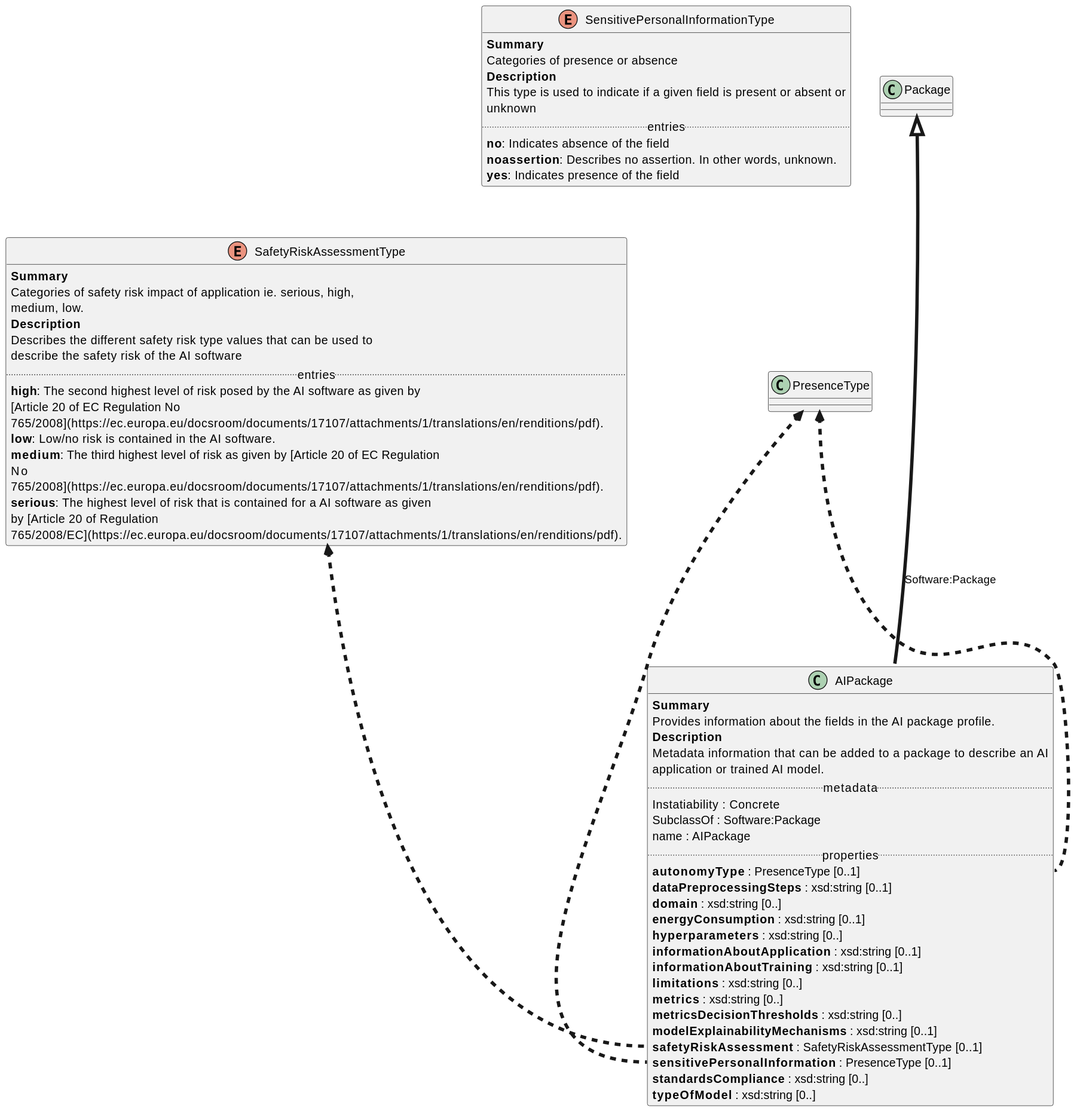
Earlier version of the PlantUML export AI.Profile.svg (maxhbr/spec-parser.hs).
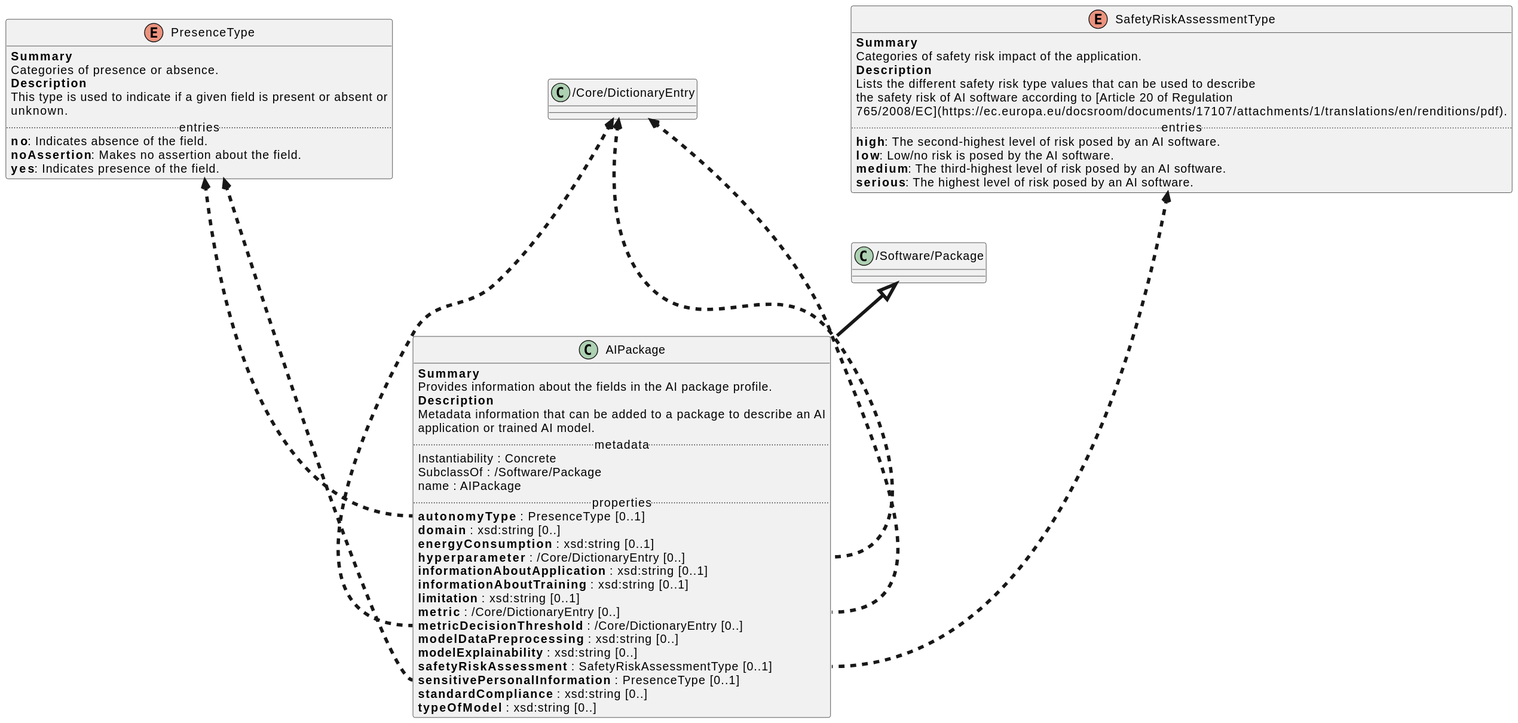
The same file after the commit.

Change to the diagram source:
```diff
@@ -1,35 +1,29 @@
 @startuml
 skinparam packageStyle rectangle
 set separator none
-enum SensitivePersonalInformationType {
+enum PresenceType {
 <b>Summary</b>
-Categories of presence or absence
+Categories of presence or absence.
 <b>Description</b>
 This type is used to indicate if a given field is present or absent or
-unknown
+unknown.
 .. entries ..
-    <b>no</b>: Indicates absence of the field
-    <b>noassertion</b>: Describes no assertion. In other words, unknown.
-    <b>yes</b>: Indicates presence of the field
+    <b>no</b>: Indicates absence of the field.
+    <b>noAssertion</b>: Makes no assertion about the field.
+    <b>yes</b>: Indicates presence of the field.
 }
 enum SafetyRiskAssessmentType {
 <b>Summary</b>
-Categories of safety risk impact of application ie. serious, high,
-medium, low.
+Categories of safety risk impact of the application.
 <b>Description</b>
-Describes the different safety risk type values that can be used to
-describe the safety risk of the AI software
+Lists the different safety risk type values that can be used to describe
+the safety risk of AI software according to [Article 20 of Regulation
+765/2008/EC](https://ec.europa.eu/docsroom/documents/17107/attachments/1/translations/en/renditions/pdf).
 .. entries ..
-    <b>high</b>: The second highest level of risk posed by the AI software as given by
-[Article 20 of EC Regulation No
-765/2008](https://ec.europa.eu/docsroom/documents/17107/attachments/1/translations/en/renditions/pdf).
-    <b>low</b>: Low/no risk is contained in the AI software.
-    <b>medium</b>: The third highest level of risk as given by [Article 20 of EC Regulation
-No
-765/2008](https://ec.europa.eu/docsroom/documents/17107/attachments/1/translations/en/renditions/pdf).
-    <b>serious</b>: The highest level of risk that is contained for a AI software as given
-by [Article 20 of Regulation
-765/2008/EC](https://ec.europa.eu/docsroom/documents/17107/attachments/1/translations/en/renditions/pdf).
+    <b>high</b>: The second-highest level of risk posed by an AI software.
+    <b>low</b>: Low/no risk is posed by the AI software.
+    <b>medium</b>: The third-highest level of risk posed by an AI software.
+    <b>serious</b>: The highest level of risk posed by an AI software.
 }
 together {
 class AIPackage {
@@ -39,29 +33,32 @@
 Metadata information that can be added to a package to describe an AI
 application or trained AI model.
 .. metadata ..
-    Instatiability : Concrete
-    SubclassOf : Software:Package
+    Instantiability : Concrete
+    SubclassOf : /Software/Package
     name : AIPackage
 .. properties ..
     <b>autonomyType </b>: PresenceType [0..1]
-    <b>dataPreprocessingSteps </b>: xsd:string [0..1]
     <b>domain </b>: xsd:string [0..]
     <b>energyConsumption </b>: xsd:string [0..1]
-    <b>hyperparameters </b>: xsd:string [0..]
+    <b>hyperparameter </b>: /Core/DictionaryEntry [0..]
     <b>informationAboutApplication </b>: xsd:string [0..1]
     <b>informationAboutTraining </b>: xsd:string [0..1]
-    <b>limitations </b>: xsd:string [0..]
-    <b>metrics </b>: xsd:string [0..]
-    <b>metricsDecisionThresholds </b>: xsd:string [0..]
-    <b>modelExplainabilityMechanisms </b>: xsd:string [0..1]
+    <b>limitation </b>: xsd:string [0..1]
+    <b>metric </b>: /Core/DictionaryEntry [0..]
+    <b>metricDecisionThreshold </b>: /Core/DictionaryEntry [0..]
+    <b>modelDataPreprocessing </b>: xsd:string [0..]
+    <b>modelExplainability </b>: xsd:string [0..]
     <b>safetyRiskAssessment </b>: SafetyRiskAssessmentType [0..1]
     <b>sensitivePersonalInformation </b>: PresenceType [0..1]
-    <b>standardsCompliance </b>: xsd:string [0..]
+    <b>standardCompliance </b>: xsd:string [0..]
     <b>typeOfModel </b>: xsd:string [0..]
 }
 "PresenceType" <-[dashed,thickness=4]-- "AIPackage::autonomyType"
+"/Core/DictionaryEntry" <-[dashed,thickness=4]-- "AIPackage::hyperparameter"
+"/Core/DictionaryEntry" <-[dashed,thickness=4]-- "AIPackage::metric"
+"/Core/DictionaryEntry" <-[dashed,thickness=4]-- "AIPackage::metricDecisionThreshold"
 "SafetyRiskAssessmentType" <-[dashed,thickness=4]-- "AIPackage::safetyRiskAssessment"
 "PresenceType" <-[dashed,thickness=4]-- "AIPackage::sensitivePersonalInformation"
 }
-"Package" <|-[thickness=4]--- "AIPackage" : Software:Package
+"/Software/Package" <|-[thickness=4]- "AIPackage"
 @enduml
```
